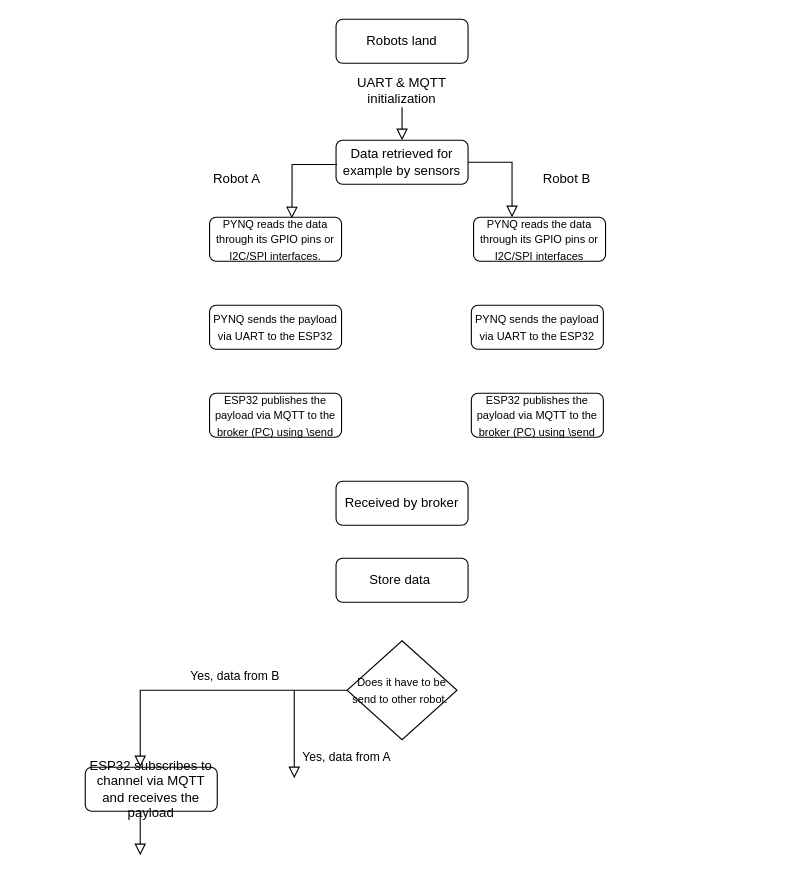
The draw.io diagram page "Page-1" (1 of 2) of Untitled Diagram.drawio in Froukjebooten/Venus-24, before the edit. Source tidied: cells renumbered, new cells numbered last; positions are measured from the earlier drawing's top-left corner, leaving out a move shared by most shapes. Both pictures are drawn from the tidied source at 110%, with x=0, y=0 at pixel (85, 19).
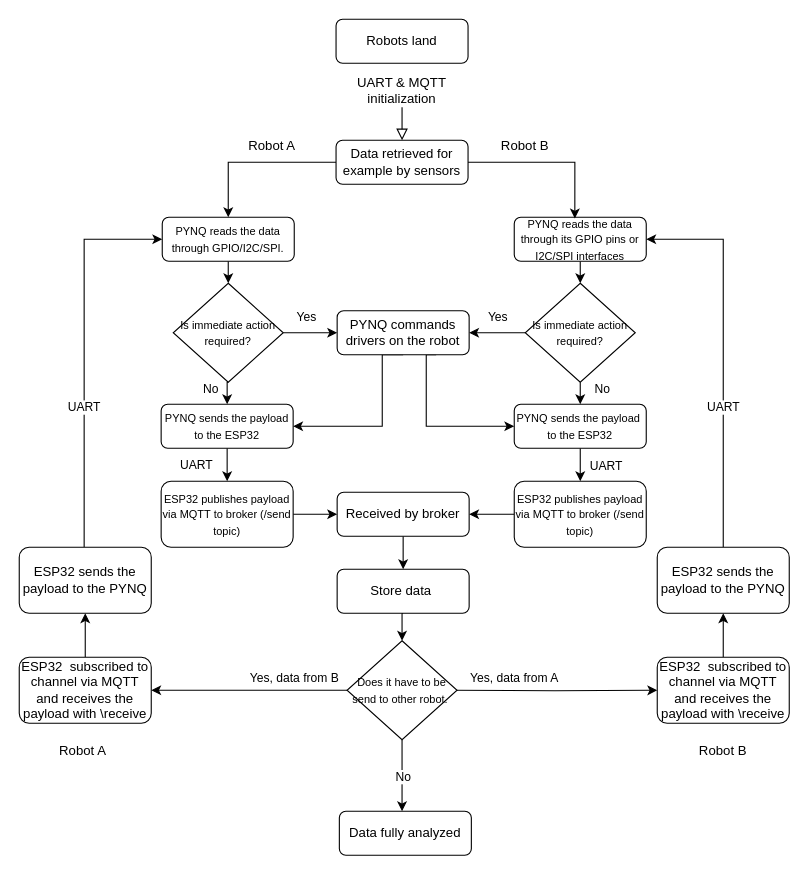
Above is the later version.

The change refers to these unchanged cells:
```xml
<mxCell id="6" value="Data retrieved for example by sensors" style="rounded=1;whiteSpace=wrap;html=1;fontSize=12;glass=0;strokeWidth=1;shadow=0;" parent="1" vertex="1">
  <mxGeometry x="228" y="110" width="120" height="40" as="geometry" />
</mxCell>
<mxCell id="19" value="&lt;font style=&quot;font-size: 10px;&quot;&gt;Does it have to be send to other robot.&amp;nbsp;&lt;/font&gt;" style="rhombus;whiteSpace=wrap;html=1;" parent="1" vertex="1">
  <mxGeometry x="238" y="565" width="100" height="90" as="geometry" />
</mxCell>
```

Diff of the diagram source:
```diff
@@
+    <mxCell id="25" style="edgeStyle=orthogonalEdgeStyle;rounded=0;jettySize=auto;html=1;exitX=0.5;exitY=1;exitDx=0;exitDy=0;" parent="1" edge="1" source="2" target="10">
+      <mxGeometry relative="1" as="geometry" />
+    </mxCell>
     <mxCell id="2" value="&lt;div&gt;&lt;span style=&quot;background-color: transparent; color: light-dark(rgb(0, 0, 0), rgb(255, 255, 255));&quot;&gt;Received by broker&lt;/span&gt;&lt;/div&gt;" style="rounded=1;whiteSpace=wrap;html=1;fontSize=12;glass=0;strokeWidth=1;shadow=0;" parent="1" vertex="1">
-      <mxGeometry x="228" y="420" width="120" height="40" as="geometry" />
+      <mxGeometry x="229" y="430" width="120" height="40" as="geometry" />
     </mxCell>
@@
+    <mxCell id="26" style="edgeStyle=orthogonalEdgeStyle;rounded=0;jettySize=auto;html=1;exitX=0;exitY=0.5;exitDx=0;exitDy=0;" parent="1" edge="1" source="6" target="11">
+      <mxGeometry relative="1" as="geometry" />
+    </mxCell>
@@
-    <mxCell id="7" style="rounded=0;html=1;jettySize=auto;fontSize=11;endArrow=block;endFill=0;endSize=8;strokeWidth=1;shadow=0;labelBackgroundColor=none;edgeStyle=orthogonalEdgeStyle;exitX=0.007;exitY=0.551;exitDx=0;exitDy=0;exitPerimeter=0;" parent="1" edge="1" source="6">
-      <mxGeometry relative="1" as="geometry">
-        <mxPoint x="187.8" y="181" as="targetPoint" />
-        <Array as="points">
-          <mxPoint x="188" y="132" />
-          <mxPoint x="188" y="160" />
-        </Array>
-      </mxGeometry>
-    </mxCell>
-    <mxCell id="8" style="rounded=0;html=1;jettySize=auto;fontSize=11;endArrow=block;endFill=0;endSize=8;strokeWidth=1;shadow=0;labelBackgroundColor=none;edgeStyle=orthogonalEdgeStyle;exitX=1;exitY=0.5;exitDx=0;exitDy=0;" parent="1" edge="1" source="6">
-      <mxGeometry relative="1" as="geometry">
-        <mxPoint x="388" y="180" as="targetPoint" />
-        <Array as="points">
-          <mxPoint x="388" y="130" />
-        </Array>
-      </mxGeometry>
-    </mxCell>
+    <mxCell id="27" style="edgeStyle=orthogonalEdgeStyle;rounded=0;jettySize=auto;html=1;exitX=0.5;exitY=0;exitDx=0;exitDy=0;entryX=0.5;entryY=1;entryDx=0;entryDy=0;" parent="1" edge="1" source="9" target="44">
+      <mxGeometry relative="1" as="geometry" />
+    </mxCell>
-    <mxCell id="9" value="ESP32 subscribes to channel via MQTT and receives the payload" style="rounded=1;whiteSpace=wrap;html=1;fontSize=12;glass=0;strokeWidth=1;shadow=0;" parent="1" vertex="1">
-      <mxGeometry y="680" width="120" height="40" as="geometry" />
+    <mxCell id="9" value="ESP32&amp;nbsp; subscribed to channel via MQTT and receives the payload with \receive" style="rounded=1;whiteSpace=wrap;html=1;fontSize=12;glass=0;strokeWidth=1;shadow=0;" parent="1" vertex="1">
+      <mxGeometry x="520" y="580" width="120" height="60" as="geometry" />
     </mxCell>
+    <mxCell id="28" style="edgeStyle=orthogonalEdgeStyle;rounded=0;jettySize=auto;html=1;exitX=0.5;exitY=1;exitDx=0;exitDy=0;entryX=0.5;entryY=0;entryDx=0;entryDy=0;" parent="1" edge="1" source="10" target="19">
+      <mxGeometry relative="1" as="geometry" />
+    </mxCell>
     <mxCell id="10" value="Store data&amp;nbsp;" style="rounded=1;whiteSpace=wrap;html=1;fontSize=12;glass=0;strokeWidth=1;shadow=0;" parent="1" vertex="1">
-      <mxGeometry x="228" y="490" width="120" height="40" as="geometry" />
+      <mxGeometry x="229" y="500" width="120" height="40" as="geometry" />
     </mxCell>
+    <mxCell id="29" style="edgeStyle=orthogonalEdgeStyle;rounded=0;jettySize=auto;html=1;exitX=0.5;exitY=1;exitDx=0;exitDy=0;entryX=0.5;entryY=0;entryDx=0;entryDy=0;" parent="1" edge="1" source="11" target="51">
+      <mxGeometry relative="1" as="geometry" />
+    </mxCell>
-    <mxCell id="11" value="&lt;font style=&quot;font-size: 10px;&quot;&gt;PYNQ reads the data through its GPIO pins or I2C/SPI interfaces.&lt;/font&gt;" style="rounded=1;whiteSpace=wrap;html=1;fontSize=12;glass=0;strokeWidth=1;shadow=0;" parent="1" vertex="1">
-      <mxGeometry x="113" y="180" width="120" height="40" as="geometry" />
+    <mxCell id="11" value="&lt;font style=&quot;font-size: 10px;&quot;&gt;PYNQ reads the data through GPIO/I2C/SPI.&lt;/font&gt;" style="rounded=1;whiteSpace=wrap;html=1;fontSize=12;glass=0;strokeWidth=1;shadow=0;" parent="1" vertex="1">
+      <mxGeometry x="70" y="180" width="120" height="40" as="geometry" />
     </mxCell>
+    <mxCell id="30" style="edgeStyle=orthogonalEdgeStyle;rounded=0;jettySize=auto;html=1;exitX=0.5;exitY=1;exitDx=0;exitDy=0;entryX=0.5;entryY=0;entryDx=0;entryDy=0;" parent="1" edge="1" source="12" target="58">
+      <mxGeometry relative="1" as="geometry" />
+    </mxCell>
     <mxCell id="12" value="&lt;font style=&quot;font-size: 10px;&quot;&gt;PYNQ reads the data through its GPIO pins or I2C/SPI interfaces&lt;/font&gt;" style="rounded=1;whiteSpace=wrap;html=1;fontSize=12;glass=0;strokeWidth=1;shadow=0;" parent="1" vertex="1">
-      <mxGeometry x="353" y="180" width="120" height="40" as="geometry" />
+      <mxGeometry x="390" y="180" width="120" height="40" as="geometry" />
     </mxCell>
     <mxCell id="13" value="Robot A" style="text;strokeColor=none;align=center;fillColor=none;html=1;verticalAlign=middle;whiteSpace=wrap;rounded=0;" parent="1" vertex="1">
-      <mxGeometry x="108" y="130" width="60" height="30" as="geometry" />
+      <mxGeometry x="140" y="100" width="60" height="30" as="geometry" />
     </mxCell>
     <mxCell id="14" value="Robot B" style="text;strokeColor=none;align=center;fillColor=none;html=1;verticalAlign=middle;whiteSpace=wrap;rounded=0;" parent="1" vertex="1">
-      <mxGeometry x="408" y="130" width="60" height="30" as="geometry" />
+      <mxGeometry x="370" y="100" width="60" height="30" as="geometry" />
     </mxCell>
+    <mxCell id="31" style="edgeStyle=orthogonalEdgeStyle;rounded=0;jettySize=auto;html=1;exitX=0.5;exitY=1;exitDx=0;exitDy=0;entryX=0.5;entryY=0;entryDx=0;entryDy=0;" parent="1" edge="1" source="15" target="18">
+      <mxGeometry relative="1" as="geometry" />
+    </mxCell>
+    <mxCell id="32" value="UART" style="edgeLabel;html=1;align=center;verticalAlign=middle;" parent="31" vertex="1">
+      <mxGeometry x="-0.44" y="-1" relative="1" as="geometry">
+        <mxPoint x="-28" y="6" as="offset" />
+      </mxGeometry>
+    </mxCell>
-    <mxCell id="15" value="&lt;font style=&quot;font-size: 10px;&quot;&gt;&lt;span style=&quot;&quot;&gt;PYNQ sends the payload via UART to the ESP32&lt;/span&gt;&lt;/font&gt;" style="rounded=1;whiteSpace=wrap;html=1;fontSize=12;glass=0;strokeWidth=1;shadow=0;" parent="1" vertex="1">
-      <mxGeometry x="113" y="260" width="120" height="40" as="geometry" />
+    <mxCell id="15" value="&lt;font style=&quot;font-size: 10px;&quot;&gt;&lt;span style=&quot;&quot;&gt;PYNQ sends the payload to the ESP32&lt;/span&gt;&lt;/font&gt;" style="rounded=1;whiteSpace=wrap;html=1;fontSize=12;glass=0;strokeWidth=1;shadow=0;" parent="1" vertex="1">
+      <mxGeometry x="69" y="350" width="120" height="40" as="geometry" />
     </mxCell>
+    <mxCell id="33" style="edgeStyle=orthogonalEdgeStyle;rounded=0;jettySize=auto;html=1;exitX=0.5;exitY=1;exitDx=0;exitDy=0;" parent="1" edge="1" source="16" target="17">
+      <mxGeometry relative="1" as="geometry" />
+    </mxCell>
+    <mxCell id="34" value="UART&amp;nbsp;" style="edgeLabel;html=1;align=center;verticalAlign=middle;" parent="33" vertex="1">
+      <mxGeometry x="0.22" y="-1" relative="1" as="geometry">
+        <mxPoint x="25" y="4" as="offset" />
+      </mxGeometry>
+    </mxCell>
-    <mxCell id="16" value="&lt;font style=&quot;font-size: 10px;&quot;&gt;&lt;span style=&quot;&quot;&gt;PYNQ sends the payload via UART to the ESP32&lt;/span&gt;&lt;/font&gt;" style="rounded=1;whiteSpace=wrap;html=1;fontSize=12;glass=0;strokeWidth=1;shadow=0;" parent="1" vertex="1">
-      <mxGeometry x="351" y="260" width="120" height="40" as="geometry" />
+    <mxCell id="16" value="&lt;font style=&quot;font-size: 10px;&quot;&gt;&lt;span style=&quot;&quot;&gt;PYNQ sends the payload&amp;nbsp; to the ESP32&lt;/span&gt;&lt;/font&gt;" style="rounded=1;whiteSpace=wrap;html=1;fontSize=12;glass=0;strokeWidth=1;shadow=0;" parent="1" vertex="1">
+      <mxGeometry x="390" y="350" width="120" height="40" as="geometry" />
     </mxCell>
+    <mxCell id="35" style="edgeStyle=orthogonalEdgeStyle;rounded=0;jettySize=auto;html=1;exitX=0;exitY=0.5;exitDx=0;exitDy=0;" parent="1" edge="1" source="17" target="2">
+      <mxGeometry relative="1" as="geometry" />
+    </mxCell>
-    <mxCell id="17" value="&lt;font style=&quot;font-size: 10px;&quot;&gt;ESP32 publishes the payload via MQTT to the broker (PC) using \send&lt;/font&gt;" style="rounded=1;whiteSpace=wrap;html=1;fontSize=12;glass=0;strokeWidth=1;shadow=0;" parent="1" vertex="1">
-      <mxGeometry x="351" y="340" width="120" height="40" as="geometry" />
+    <mxCell id="17" value="&lt;font style=&quot;font-size: 10px;&quot;&gt;ESP32 publishes payload via MQTT to broker (/send topic)&lt;/font&gt;" style="rounded=1;whiteSpace=wrap;html=1;fontSize=12;glass=0;strokeWidth=1;shadow=0;" parent="1" vertex="1">
+      <mxGeometry x="390" y="420" width="120" height="60" as="geometry" />
     </mxCell>
+    <mxCell id="36" style="edgeStyle=orthogonalEdgeStyle;rounded=0;jettySize=auto;html=1;exitX=1;exitY=0.5;exitDx=0;exitDy=0;entryX=0;entryY=0.5;entryDx=0;entryDy=0;" parent="1" edge="1" source="18" target="2">
+      <mxGeometry relative="1" as="geometry" />
+    </mxCell>
-    <mxCell id="18" value="&lt;font style=&quot;font-size: 10px;&quot;&gt;ESP32 publishes the payload via MQTT to the broker (PC) using \send&lt;/font&gt;" style="rounded=1;whiteSpace=wrap;html=1;fontSize=12;glass=0;strokeWidth=1;shadow=0;" parent="1" vertex="1">
-      <mxGeometry x="113" y="340" width="120" height="40" as="geometry" />
+    <mxCell id="18" value="&lt;font style=&quot;font-size: 10px;&quot;&gt;ESP32 publishes payload via MQTT to broker (/send topic)&lt;/font&gt;" style="rounded=1;whiteSpace=wrap;html=1;fontSize=12;glass=0;strokeWidth=1;shadow=0;" parent="1" vertex="1">
+      <mxGeometry x="69" y="420" width="120" height="60" as="geometry" />
     </mxCell>
+    <mxCell id="37" style="edgeStyle=orthogonalEdgeStyle;rounded=0;jettySize=auto;html=1;entryX=0;entryY=0.5;entryDx=0;entryDy=0;" parent="1" edge="1" target="9">
+      <mxGeometry relative="1" as="geometry">
+        <mxPoint x="333" y="610" as="sourcePoint" />
+      </mxGeometry>
+    </mxCell>
+    <mxCell id="38" style="edgeStyle=orthogonalEdgeStyle;rounded=0;jettySize=auto;html=1;" parent="1" edge="1" source="19">
+      <mxGeometry relative="1" as="geometry">
+        <mxPoint x="288" y="720" as="targetPoint" />
+      </mxGeometry>
+    </mxCell>
+    <mxCell id="39" value="No" style="edgeLabel;html=1;align=center;verticalAlign=middle;" parent="38" vertex="1">
+      <mxGeometry x="0.04" relative="1" as="geometry" />
+    </mxCell>
+    <mxCell id="40" style="edgeStyle=orthogonalEdgeStyle;rounded=0;jettySize=auto;html=1;exitX=0;exitY=0.5;exitDx=0;exitDy=0;entryX=1;entryY=0.5;entryDx=0;entryDy=0;" parent="1" edge="1" source="19" target="61">
+      <mxGeometry relative="1" as="geometry" />
+    </mxCell>
@@
-    <mxCell id="20" style="rounded=0;html=1;jettySize=auto;fontSize=11;endArrow=block;endFill=0;endSize=8;strokeWidth=1;shadow=0;labelBackgroundColor=none;edgeStyle=orthogonalEdgeStyle;exitX=0;exitY=0.5;exitDx=0;exitDy=0;" parent="1" edge="1" source="19">
-      <mxGeometry relative="1" as="geometry">
-        <mxPoint x="50" y="680" as="targetPoint" />
-        <Array as="points">
-          <mxPoint x="50" y="610" />
-        </Array>
-      </mxGeometry>
-    </mxCell>
+    <mxCell id="41" value="Robot A" style="text;strokeColor=none;align=center;fillColor=none;html=1;verticalAlign=middle;whiteSpace=wrap;rounded=0;" parent="1" vertex="1">
+      <mxGeometry x="-32" y="650" width="60" height="30" as="geometry" />
+    </mxCell>
+    <mxCell id="42" style="edgeStyle=orthogonalEdgeStyle;rounded=0;jettySize=auto;html=1;exitX=0.5;exitY=0;exitDx=0;exitDy=0;entryX=1;entryY=0.5;entryDx=0;entryDy=0;" parent="1" edge="1" source="44" target="12">
+      <mxGeometry relative="1" as="geometry">
+        <Array as="points">
+          <mxPoint x="580" y="200" />
+        </Array>
+      </mxGeometry>
+    </mxCell>
+    <mxCell id="43" value="UART" style="edgeLabel;html=1;align=center;verticalAlign=middle;" parent="42" vertex="1">
+      <mxGeometry x="-0.27" y="1" relative="1" as="geometry" />
+    </mxCell>
+    <mxCell id="44" value="ESP32 sends the payload to the PYNQ" style="rounded=1;whiteSpace=wrap;html=1;fontSize=12;glass=0;strokeWidth=1;shadow=0;" parent="1" vertex="1">
+      <mxGeometry x="520" y="480" width="120" height="60" as="geometry" />
+    </mxCell>
+    <mxCell id="45" style="edgeStyle=orthogonalEdgeStyle;rounded=0;jettySize=auto;html=1;entryX=0.459;entryY=0.026;entryDx=0;entryDy=0;entryPerimeter=0;" parent="1" edge="1" source="6" target="12">
+      <mxGeometry relative="1" as="geometry" />
+    </mxCell>
-    <mxCell id="21" value="Yes, data from B" style="edgeLabel;html=1;align=center;verticalAlign=middle;" parent="20" vertex="1">
-      <mxGeometry x="-0.25" y="3" relative="1" as="geometry">
-        <mxPoint x="-6" y="-17" as="offset" />
+    <mxCell id="21" value="Yes, data from B" style="edgeLabel;html=1;align=center;verticalAlign=middle;" parent="1" vertex="1">
+      <mxGeometry x="190" y="599" as="geometry">
+        <mxPoint x="-1" y="-1" as="offset" />
       </mxGeometry>
     </mxCell>
-    <mxCell id="22" style="rounded=0;html=1;jettySize=auto;orthogonalLoop=1;fontSize=11;endArrow=block;endFill=0;endSize=8;strokeWidth=1;shadow=0;labelBackgroundColor=none;edgeStyle=orthogonalEdgeStyle;" parent="1" edge="1">
-      <mxGeometry relative="1" as="geometry">
-        <mxPoint x="190" y="610" as="sourcePoint" />
-        <mxPoint x="190" y="690" as="targetPoint" />
-        <Array as="points">
-          <mxPoint x="190" y="620" />
-        </Array>
-      </mxGeometry>
-    </mxCell>
+    <mxCell id="46" value="Data fully analyzed" style="rounded=1;whiteSpace=wrap;html=1;fontSize=12;glass=0;strokeWidth=1;shadow=0;" parent="1" vertex="1">
+      <mxGeometry x="231" y="720" width="120" height="40" as="geometry" />
+    </mxCell>
+    <mxCell id="47" style="edgeStyle=orthogonalEdgeStyle;rounded=0;jettySize=auto;html=1;exitX=1;exitY=0.5;exitDx=0;exitDy=0;entryX=0;entryY=0.5;entryDx=0;entryDy=0;" parent="1" edge="1" source="51" target="54">
+      <mxGeometry relative="1" as="geometry" />
+    </mxCell>
+    <mxCell id="48" value="Yes" style="edgeLabel;html=1;align=center;verticalAlign=middle;" parent="47" vertex="1">
+      <mxGeometry x="-0.18" y="-3" relative="1" as="geometry">
+        <mxPoint y="-18" as="offset" />
+      </mxGeometry>
+    </mxCell>
+    <mxCell id="49" style="edgeStyle=orthogonalEdgeStyle;rounded=0;jettySize=auto;html=1;exitX=0.5;exitY=1;exitDx=0;exitDy=0;entryX=0.5;entryY=0;entryDx=0;entryDy=0;" parent="1" edge="1" source="51" target="15">
+      <mxGeometry relative="1" as="geometry" />
+    </mxCell>
+    <mxCell id="50" value="No" style="edgeLabel;html=1;align=center;verticalAlign=middle;" parent="49" vertex="1">
+      <mxGeometry x="-0.43" y="-1" relative="1" as="geometry">
+        <mxPoint x="-15" as="offset" />
+      </mxGeometry>
+    </mxCell>
+    <mxCell id="51" value="&lt;span style=&quot;font-size: 10px;&quot;&gt;Is immediate action required?&lt;/span&gt;" style="rhombus;whiteSpace=wrap;html=1;" parent="1" vertex="1">
+      <mxGeometry x="80" y="240" width="100" height="90" as="geometry" />
+    </mxCell>
+    <mxCell id="52" style="edgeStyle=orthogonalEdgeStyle;rounded=0;jettySize=auto;html=1;exitX=0.5;exitY=1;exitDx=0;exitDy=0;entryX=1;entryY=0.5;entryDx=0;entryDy=0;" parent="1" edge="1" source="54" target="15">
+      <mxGeometry relative="1" as="geometry">
+        <Array as="points">
+          <mxPoint x="270" y="305" />
+          <mxPoint x="270" y="370" />
+        </Array>
+      </mxGeometry>
+    </mxCell>
+    <mxCell id="53" style="edgeStyle=orthogonalEdgeStyle;rounded=0;jettySize=auto;html=1;exitX=0.75;exitY=1;exitDx=0;exitDy=0;" parent="1" edge="1" source="54">
+      <mxGeometry relative="1" as="geometry">
+        <mxPoint x="390" y="370" as="targetPoint" />
+        <Array as="points">
+          <mxPoint x="310" y="305" />
+          <mxPoint x="310" y="370" />
+        </Array>
+      </mxGeometry>
+    </mxCell>
+    <mxCell id="54" value="PYNQ commands drivers on the robot" style="rounded=1;whiteSpace=wrap;html=1;fontSize=12;glass=0;strokeWidth=1;shadow=0;" parent="1" vertex="1">
+      <mxGeometry x="229" y="265" width="120" height="40" as="geometry" />
+    </mxCell>
+    <mxCell id="55" style="edgeStyle=orthogonalEdgeStyle;rounded=0;jettySize=auto;html=1;exitX=0;exitY=0.5;exitDx=0;exitDy=0;entryX=1;entryY=0.5;entryDx=0;entryDy=0;" parent="1" edge="1" source="58" target="54">
+      <mxGeometry relative="1" as="geometry" />
+    </mxCell>
+    <mxCell id="56" style="edgeStyle=orthogonalEdgeStyle;rounded=0;jettySize=auto;html=1;exitX=0.5;exitY=1;exitDx=0;exitDy=0;entryX=0.5;entryY=0;entryDx=0;entryDy=0;" parent="1" edge="1" source="58" target="16">
+      <mxGeometry relative="1" as="geometry" />
+    </mxCell>
+    <mxCell id="57" value="No" style="edgeLabel;html=1;align=center;verticalAlign=middle;" parent="56" vertex="1">
+      <mxGeometry x="0.36" y="-1" relative="1" as="geometry">
+        <mxPoint x="20" y="-9" as="offset" />
+      </mxGeometry>
+    </mxCell>
+    <mxCell id="58" value="&lt;span style=&quot;font-size: 10px;&quot;&gt;Is immediate action required?&lt;/span&gt;" style="rhombus;whiteSpace=wrap;html=1;" parent="1" vertex="1">
+      <mxGeometry x="400" y="240" width="100" height="90" as="geometry" />
+    </mxCell>
+    <mxCell id="59" value="Yes" style="edgeLabel;html=1;align=center;verticalAlign=middle;" parent="1" vertex="1">
+      <mxGeometry x="160" y="300" as="geometry">
+        <mxPoint x="214" y="-30" as="offset" />
+      </mxGeometry>
+    </mxCell>
+    <mxCell id="60" style="edgeStyle=orthogonalEdgeStyle;rounded=0;jettySize=auto;html=1;exitX=0.5;exitY=0;exitDx=0;exitDy=0;entryX=0.5;entryY=1;entryDx=0;entryDy=0;" parent="1" edge="1" source="61" target="64">
+      <mxGeometry relative="1" as="geometry" />
+    </mxCell>
+    <mxCell id="61" value="ESP32&amp;nbsp; subscribed to channel via MQTT and receives the payload with \receive" style="rounded=1;whiteSpace=wrap;html=1;fontSize=12;glass=0;strokeWidth=1;shadow=0;" parent="1" vertex="1">
+      <mxGeometry x="-60" y="580" width="120" height="60" as="geometry" />
+    </mxCell>
+    <mxCell id="62" style="edgeStyle=orthogonalEdgeStyle;rounded=0;jettySize=auto;html=1;exitX=0.5;exitY=0;exitDx=0;exitDy=0;" parent="1" edge="1" target="11">
+      <mxGeometry relative="1" as="geometry">
+        <mxPoint x="-1" y="480" as="sourcePoint" />
+        <Array as="points">
+          <mxPoint x="-1" y="200" />
+        </Array>
+      </mxGeometry>
+    </mxCell>
+    <mxCell id="63" value="UART" style="edgeLabel;html=1;align=center;verticalAlign=middle;" parent="62" vertex="1">
+      <mxGeometry x="-0.27" y="1" relative="1" as="geometry" />
+    </mxCell>
+    <mxCell id="64" value="ESP32 sends the payload to the PYNQ" style="rounded=1;whiteSpace=wrap;html=1;fontSize=12;glass=0;strokeWidth=1;shadow=0;" parent="1" vertex="1">
+      <mxGeometry x="-60" y="480" width="120" height="60" as="geometry" />
+    </mxCell>
-    <mxCell id="23" value="Yes, data from A&amp;nbsp;" style="edgeLabel;html=1;align=center;verticalAlign=middle;" parent="22" vertex="1">
-      <mxGeometry x="0.03" y="-2" relative="1" as="geometry">
-        <mxPoint x="50" y="19" as="offset" />
+    <mxCell id="23" value="Yes, data from A" style="edgeLabel;html=1;align=center;verticalAlign=middle;" parent="1" vertex="1">
+      <mxGeometry x="390" y="599" as="geometry">
+        <mxPoint x="-1" y="-1" as="offset" />
       </mxGeometry>
     </mxCell>
-    <mxCell id="24" style="rounded=0;html=1;jettySize=auto;orthogonalLoop=1;fontSize=11;endArrow=block;endFill=0;endSize=8;strokeWidth=1;shadow=0;labelBackgroundColor=none;edgeStyle=orthogonalEdgeStyle;" parent="1" edge="1">
-      <mxGeometry relative="1" as="geometry">
-        <mxPoint x="50" y="720" as="sourcePoint" />
-        <mxPoint x="50" y="760" as="targetPoint" />
-        <Array as="points">
-          <mxPoint x="50" y="730" />
-        </Array>
-      </mxGeometry>
-    </mxCell>
+    <mxCell id="65" value="Robot B" style="text;strokeColor=none;align=center;fillColor=none;html=1;verticalAlign=middle;whiteSpace=wrap;rounded=0;" parent="1" vertex="1">
+      <mxGeometry x="550" y="650" width="60" height="30" as="geometry" />
+    </mxCell>
```
